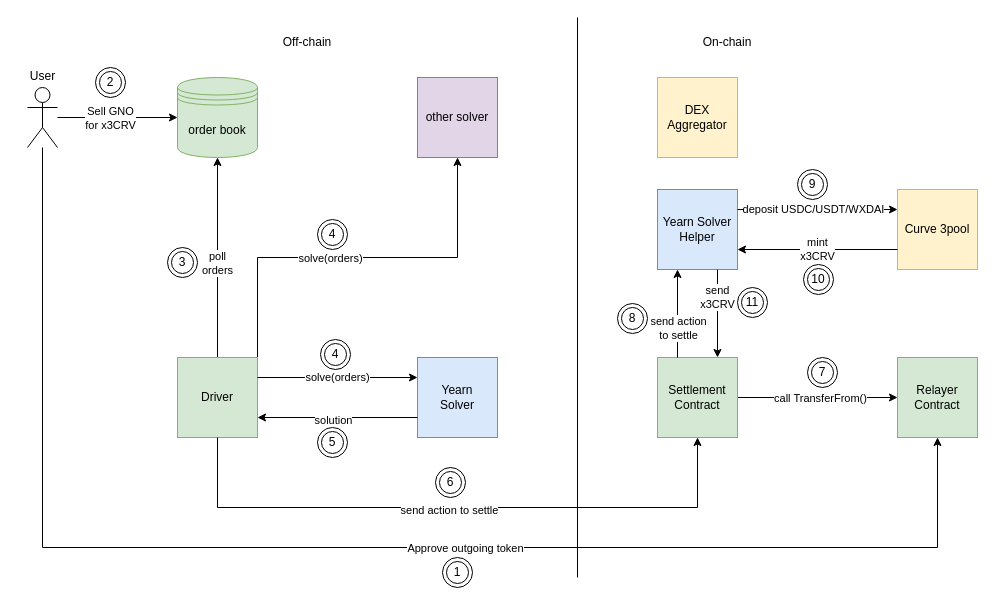
pata-eth/diagrams keeps this draw.io diagram as solver/SolverPoC.drawio. Above is the earlier version. Source tidied: cells renumbered, new cells numbered last; positions are measured from the earlier drawing's top-left corner, leaving out a move shared by most shapes. Both pictures are drawn from the tidied source at 100%, with x=0, y=0 at pixel (17, 17).
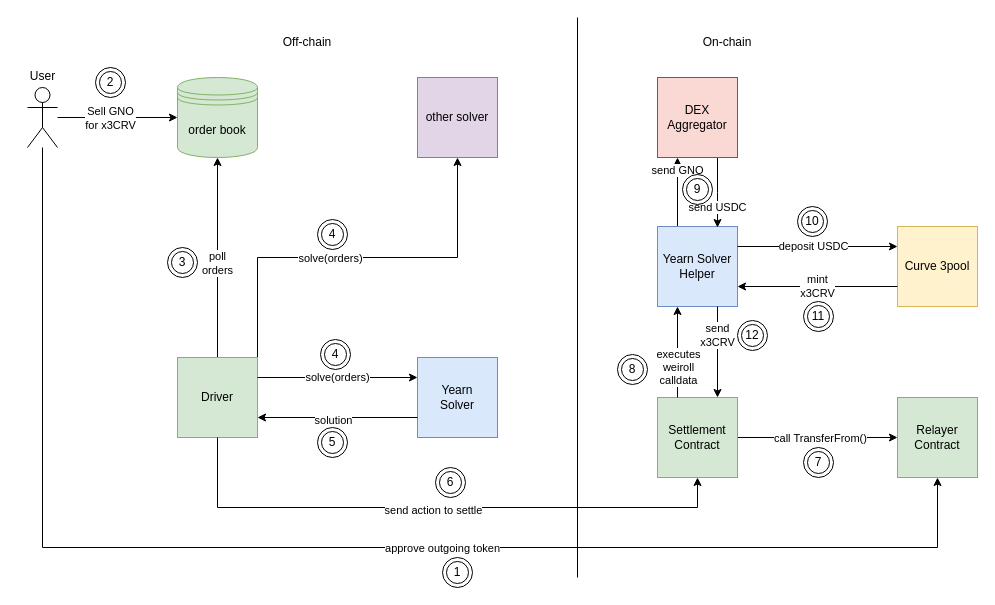
Above is the later version.

Unchanged cells that the change refers to:
```xml
<mxCell id="4" style="edgeStyle=orthogonalEdgeStyle;rounded=0;jettySize=auto;html=1;entryX=0.5;entryY=1;entryDx=0;entryDy=0;" parent="1" edge="1" source="6" target="44">
  <mxGeometry relative="1" as="geometry">
    <Array as="points">
      <mxPoint x="25" y="530" />
      <mxPoint x="920" y="530" />
    </Array>
  </mxGeometry>
</mxCell>
<mxCell id="34" style="endArrow=classic;html=1;rounded=0;exitX=0.25;exitY=0;exitDx=0;exitDy=0;entryX=0.25;entryY=1;entryDx=0;entryDy=0;" parent="1" edge="1" source="12" target="28">
  <mxGeometry relative="1" as="geometry" />
</mxCell>
<mxCell id="36" style="endArrow=classic;html=1;rounded=0;entryX=0;entryY=0.25;entryDx=0;entryDy=0;exitX=1;exitY=0.25;exitDx=0;exitDy=0;" parent="1" edge="1" source="28" target="32">
  <mxGeometry relative="1" as="geometry" />
</mxCell>
```

Change to the diagram source:
```diff
@@
-    <mxCell id="5" value="Approve outgoing token" style="edgeLabel;html=1;align=center;verticalAlign=middle;" parent="4" vertex="1">
+    <mxCell id="5" value="approve outgoing token" style="edgeLabel;html=1;align=center;verticalAlign=middle;" parent="4" vertex="1">
       <mxGeometry x="0.17" relative="1" as="geometry" />
     </mxCell>
@@
     <mxCell id="12" value="Settlement Contract" style="whiteSpace=wrap;html=1;fillColor=#d5e8d4;strokeColor=#82b366;" parent="1" vertex="1">
-      <mxGeometry x="640" y="340" width="80" height="80" as="geometry" />
+      <mxGeometry x="640" y="380" width="80" height="80" as="geometry" />
     </mxCell>
@@
+    <mxCell id="49" value="send GNO" style="edgeStyle=orthogonalEdgeStyle;rounded=0;orthogonalLoop=1;jettySize=auto;html=1;exitX=0.25;exitY=0;exitDx=0;exitDy=0;entryX=0.25;entryY=1;entryDx=0;entryDy=0;" parent="1" edge="1">
+      <mxGeometry x="0.62" relative="1" as="geometry">
+        <mxPoint x="660" y="209" as="sourcePoint" />
+        <mxPoint x="660" y="140" as="targetPoint" />
+      </mxGeometry>
+    </mxCell>
     <mxCell id="28" value="Yearn Solver&lt;br&gt;Helper" style="whiteSpace=wrap;html=1;fillColor=#dae8fc;strokeColor=#6c8ebf;" parent="1" vertex="1">
-      <mxGeometry x="640" y="172" width="80" height="80" as="geometry" />
+      <mxGeometry x="640" y="209" width="80" height="80" as="geometry" />
     </mxCell>
@@
     <mxCell id="32" value="Curve 3pool" style="whiteSpace=wrap;html=1;fillColor=#fff2cc;strokeColor=#d6b656;" parent="1" vertex="1">
-      <mxGeometry x="880" y="172" width="80" height="80" as="geometry" />
+      <mxGeometry x="880" y="209" width="80" height="80" as="geometry" />
     </mxCell>
@@
-    <mxCell id="35" value="send action&lt;br&gt;to settle" style="edgeLabel;html=1;align=center;verticalAlign=middle;" parent="34" vertex="1">
+    <mxCell id="35" value="executes&lt;br&gt;weiroll&lt;br&gt;calldata" style="edgeLabel;html=1;align=center;verticalAlign=middle;" parent="34" vertex="1">
       <mxGeometry x="-0.33" y="-1" relative="1" as="geometry">
         <mxPoint x="-1" y="-1" as="offset" />
       </mxGeometry>
     </mxCell>
@@
-    <mxCell id="37" value="deposit USDC/USDT/WXDAI" style="edgeLabel;html=1;align=center;verticalAlign=middle;" parent="36" vertex="1">
+    <mxCell id="37" value="deposit USDC" style="edgeLabel;html=1;align=center;verticalAlign=middle;" parent="36" vertex="1">
       <mxGeometry x="0.2" y="2" relative="1" as="geometry">
         <mxPoint x="-21" y="1" as="offset" />
       </mxGeometry>
     </mxCell>
     <mxCell id="38" value="8" style="ellipse;shape=doubleEllipse;whiteSpace=wrap;html=1;" parent="1" vertex="1">
-      <mxGeometry x="600" y="286" width="30" height="30" as="geometry" />
+      <mxGeometry x="600" y="337" width="30" height="30" as="geometry" />
     </mxCell>
-    <mxCell id="39" value="9" style="ellipse;shape=doubleEllipse;whiteSpace=wrap;html=1;" parent="1" vertex="1">
-      <mxGeometry x="780" y="152" width="30" height="30" as="geometry" />
+    <mxCell id="39" value="10" style="ellipse;shape=doubleEllipse;whiteSpace=wrap;html=1;" parent="1" vertex="1">
+      <mxGeometry x="780" y="189" width="30" height="30" as="geometry" />
     </mxCell>
@@
-    <mxCell id="41" value="10" style="ellipse;shape=doubleEllipse;whiteSpace=wrap;html=1;" parent="1" vertex="1">
-      <mxGeometry x="786" y="247" width="30" height="30" as="geometry" />
+    <mxCell id="41" value="11" style="ellipse;shape=doubleEllipse;whiteSpace=wrap;html=1;" parent="1" vertex="1">
+      <mxGeometry x="786" y="284" width="30" height="30" as="geometry" />
     </mxCell>
@@
-    <mxCell id="43" value="11" style="ellipse;shape=doubleEllipse;whiteSpace=wrap;html=1;" parent="1" vertex="1">
-      <mxGeometry x="720" y="270" width="30" height="30" as="geometry" />
+    <mxCell id="43" value="12" style="ellipse;shape=doubleEllipse;whiteSpace=wrap;html=1;" parent="1" vertex="1">
+      <mxGeometry x="720" y="303" width="30" height="30" as="geometry" />
     </mxCell>
     <mxCell id="44" value="Relayer Contract" style="whiteSpace=wrap;html=1;fillColor=#d5e8d4;strokeColor=#82b366;" parent="1" vertex="1">
-      <mxGeometry x="880" y="340" width="80" height="80" as="geometry" />
+      <mxGeometry x="880" y="380" width="80" height="80" as="geometry" />
     </mxCell>
     <mxCell id="45" value="7" style="ellipse;shape=doubleEllipse;whiteSpace=wrap;html=1;" parent="1" vertex="1">
-      <mxGeometry x="790" y="340" width="30" height="30" as="geometry" />
+      <mxGeometry x="786" y="430" width="30" height="30" as="geometry" />
     </mxCell>
@@
+    <mxCell id="50" value="send USDC" style="edgeStyle=orthogonalEdgeStyle;rounded=0;jettySize=auto;html=1;exitX=0.75;exitY=1;exitDx=0;exitDy=0;" parent="1" edge="1" source="48">
+      <mxGeometry x="0.46" relative="1" as="geometry">
+        <mxPoint x="700" y="210" as="targetPoint" />
+      </mxGeometry>
+    </mxCell>
-    <mxCell id="48" value="DEX Aggregator" style="whiteSpace=wrap;html=1;fillColor=#fff2cc;strokeColor=#d6b656;" parent="1" vertex="1">
+    <mxCell id="48" value="DEX Aggregator" style="whiteSpace=wrap;html=1;fillColor=#fad9d5;strokeColor=#ae4132;" parent="1" vertex="1">
       <mxGeometry x="640" y="60" width="80" height="80" as="geometry" />
     </mxCell>
+    <mxCell id="51" value="9" style="ellipse;shape=doubleEllipse;whiteSpace=wrap;html=1;" parent="1" vertex="1">
+      <mxGeometry x="665" y="157" width="30" height="30" as="geometry" />
+    </mxCell>
```
